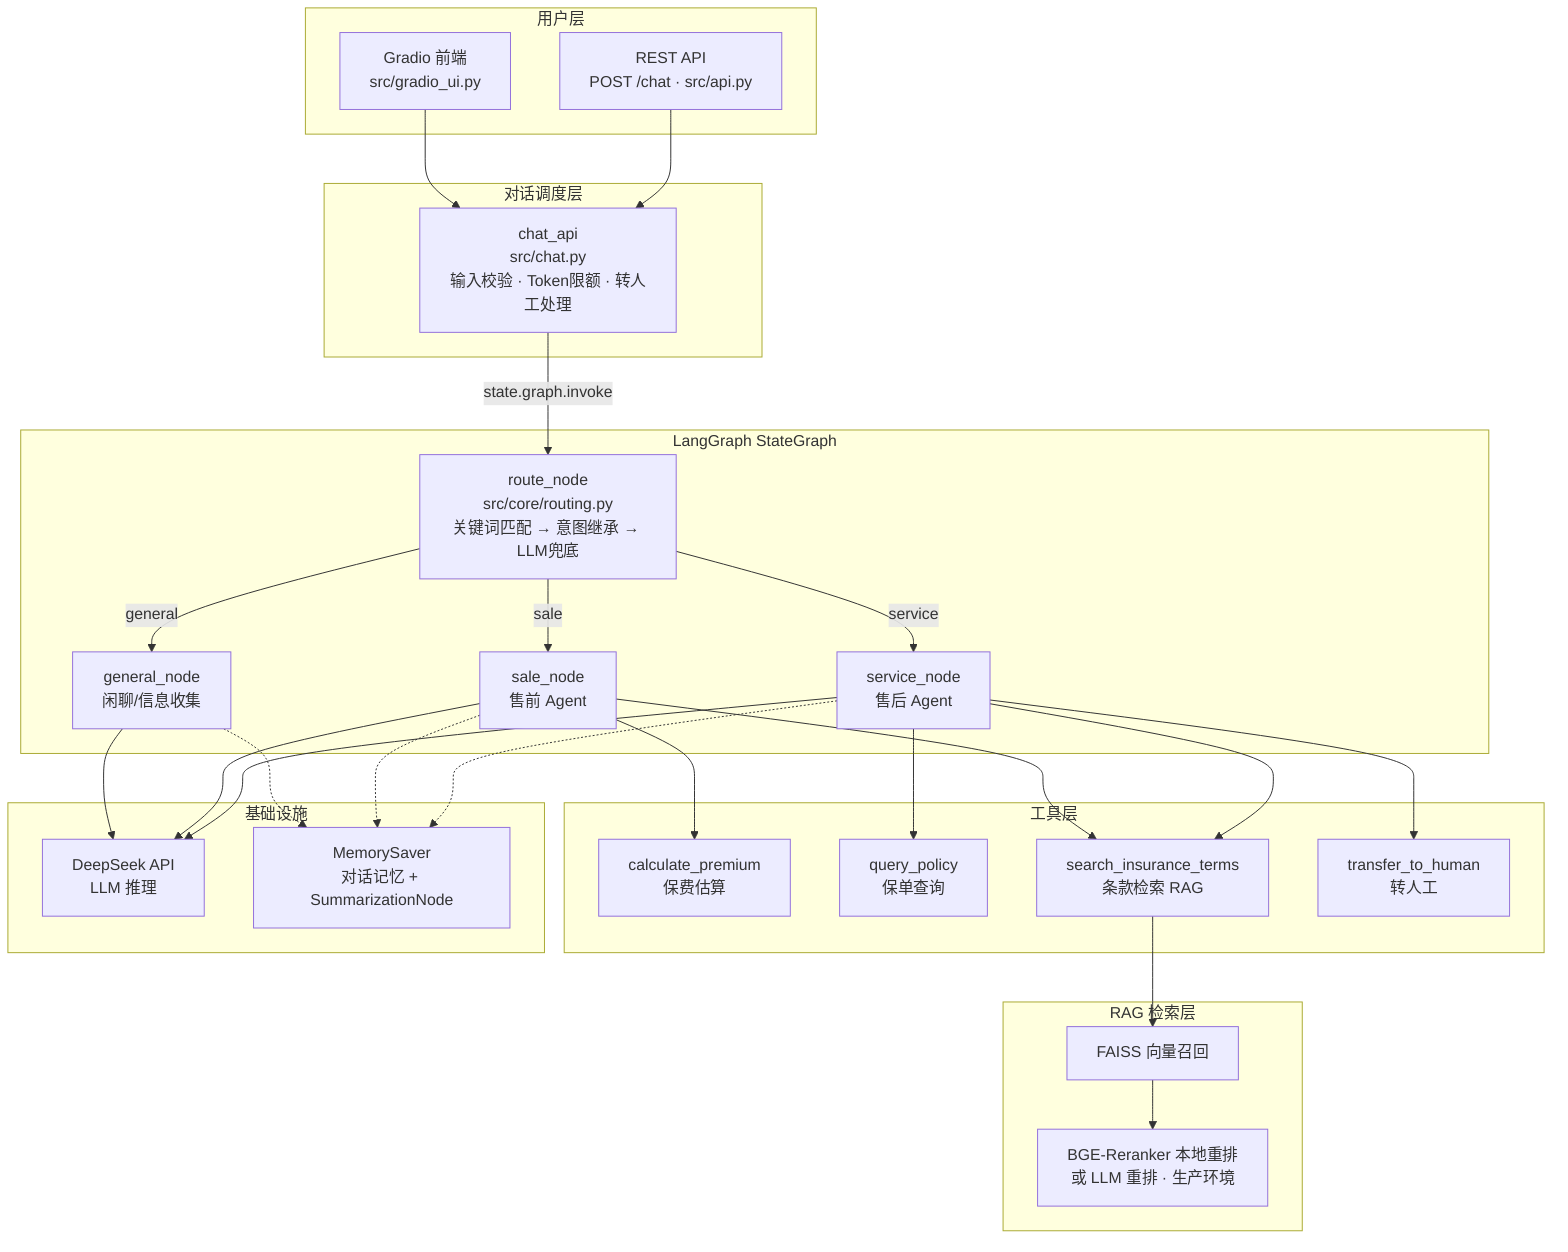
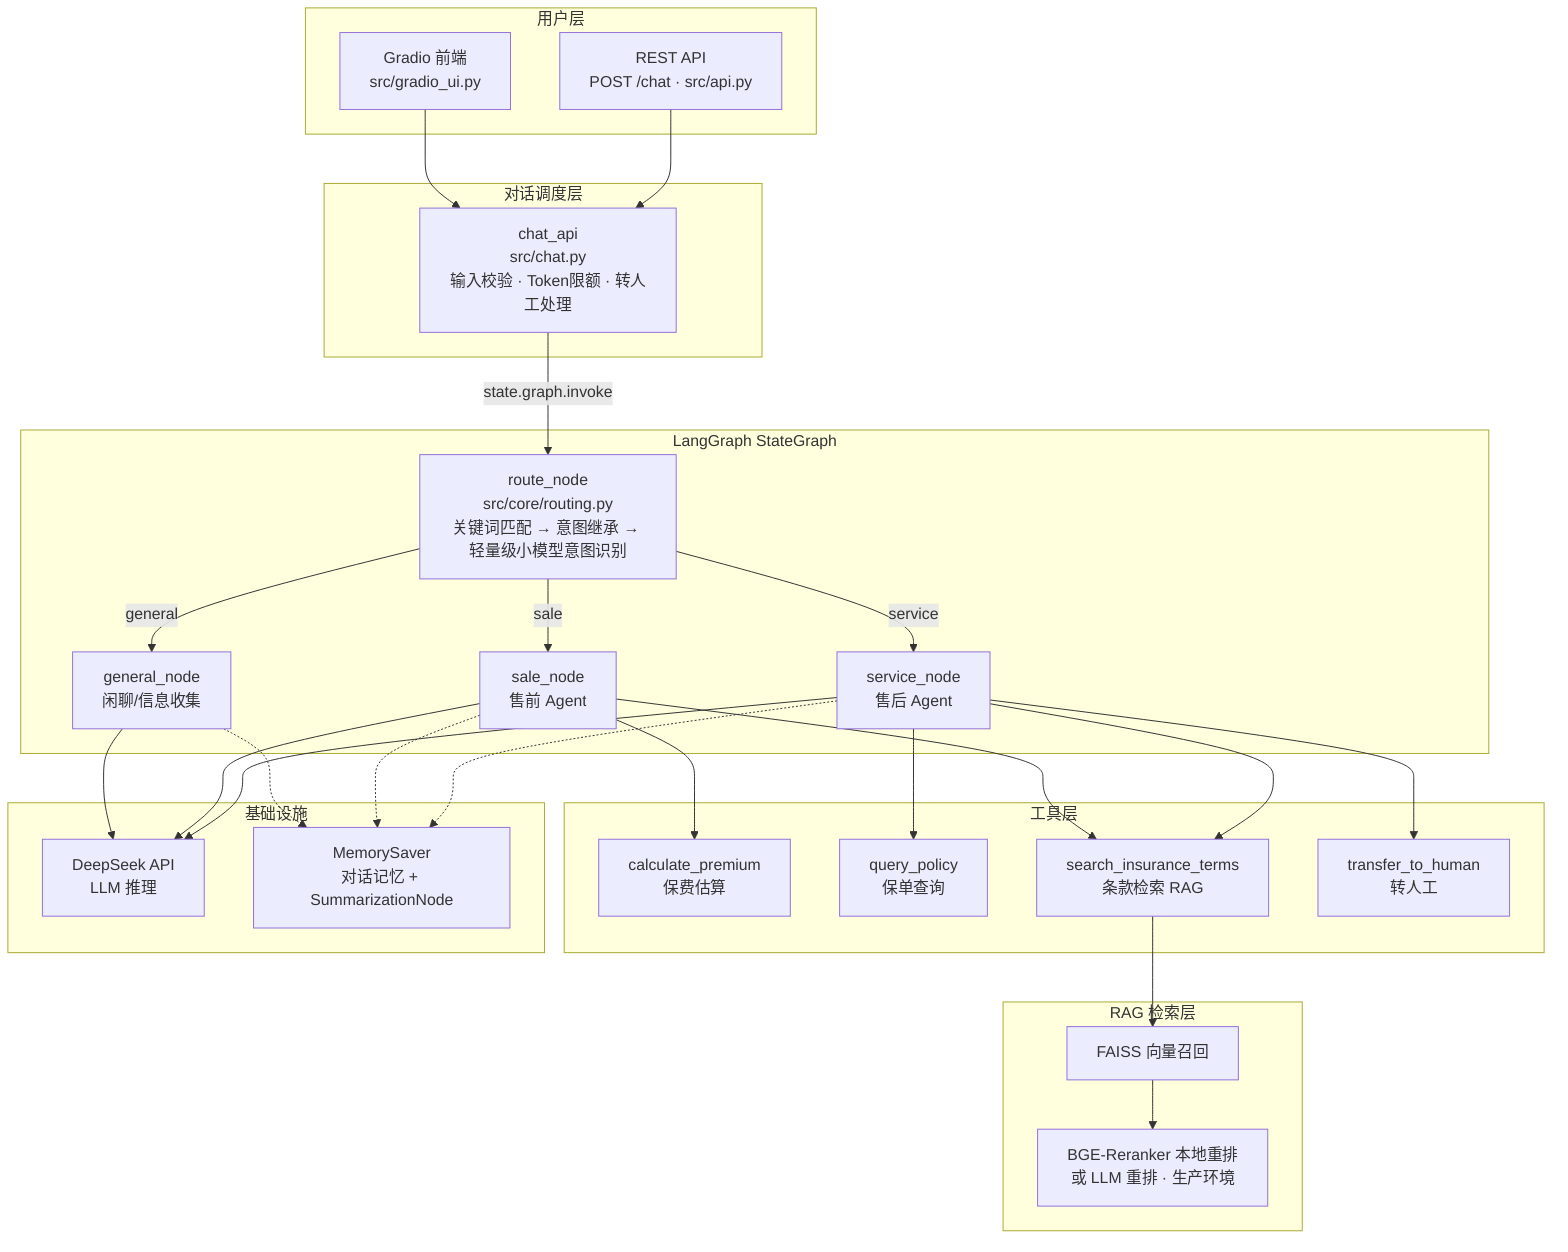
graph TB
    subgraph 用户层
        A["Gradio 前端<br/>src/gradio_ui.py"]
        B["REST API<br/>POST /chat · src/api.py"]
    end

    subgraph 对话调度层
        C["chat_api<br/>src/chat.py<br/>输入校验 · Token限额 · 转人工处理"]
    end

    subgraph LangGraph StateGraph
-         D["route_node<br/>src/core/routing.py<br/>关键词匹配 → 意图继承 → LLM兜底"]
+         D["route_node<br/>src/core/routing.py<br/>关键词匹配 → 意图继承 → 轻量级小模型意图识别"]
        E["general_node<br/>闲聊/信息收集"]
        F["sale_node<br/>售前 Agent"]
        G["service_node<br/>售后 Agent"]
    end

    subgraph 工具层
        H["calculate_premium<br/>保费估算"]
        I["query_policy<br/>保单查询"]
        J["search_insurance_terms<br/>条款检索 RAG"]
        K["transfer_to_human<br/>转人工"]
    end

    subgraph RAG 检索层
        L["FAISS 向量召回"]
        M["BGE-Reranker 本地重排<br/>或 LLM 重排 · 生产环境"]
    end

    subgraph 基础设施
        N["DeepSeek API<br/>LLM 推理"]
        O["MemorySaver<br/>对话记忆 + SummarizationNode"]
    end

    A --> C
    B --> C
    C -->|"state.graph.invoke"| D
    D -->|general| E
    D -->|sale| F
    D -->|service| G
    F --> H
    F --> J
    G --> I
    G --> J
    G --> K
    J --> L
    L --> M
    E --> N
    F --> N
    G --> N
    E -.-> O
    F -.-> O
    G -.-> O
